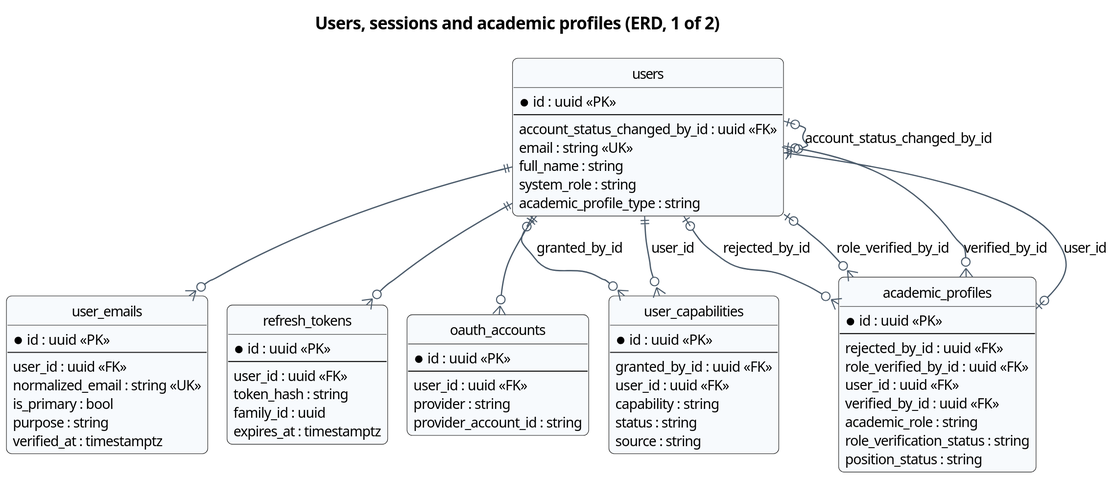
The PlantUML diagram docs/diagrams/report4/R4_ERD_identity_a.svg in Khoa-Hoa-Technology-Solution-Company/lumi-gap, before a commit.
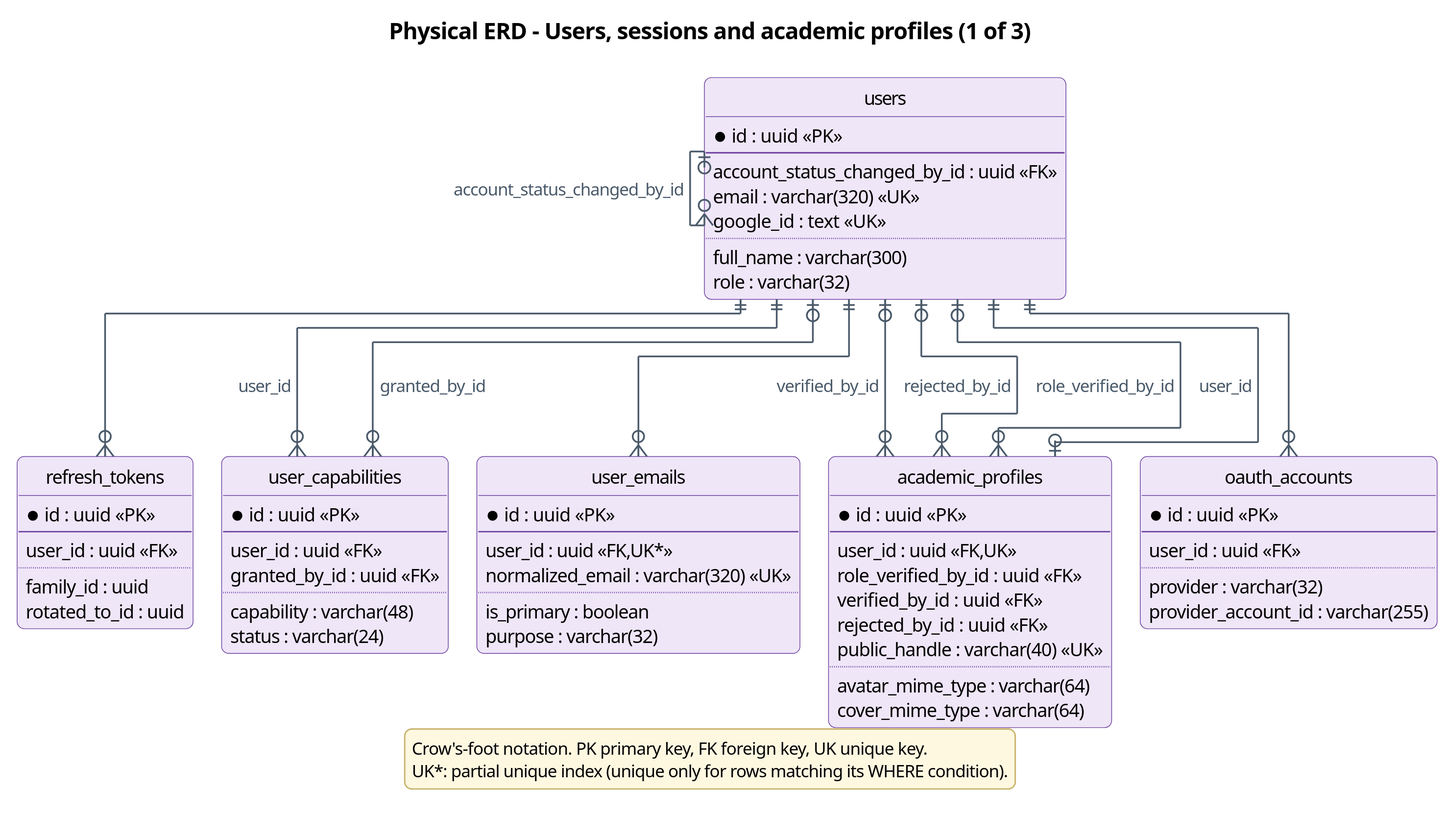
After the commit.

What changed in the source:
```diff
@@ -1,88 +1,98 @@
 @startuml
-!pragma layout smetana
-skinparam dpi 150
+!pragma layout elk
+skinparam dpi 200
 skinparam defaultFontName "Segoe UI"
 skinparam defaultFontSize 13
 skinparam shadowing false
 skinparam roundCorner 10
+skinparam backgroundColor #FFFFFF
 skinparam ArrowColor #4A5A6A
 skinparam ArrowThickness 1.2
-skinparam BorderColor #2F6DB5
-skinparam BackgroundColor #FFFFFF
+skinparam ArrowFontSize 12
+skinparam ArrowFontColor #4A5A6A
 skinparam TitleFontSize 16
 skinparam TitleFontStyle bold
 skinparam entity {
-  BackgroundColor #F7FAFD
-  BorderColor #2F6DB5
+  BackgroundColor #EFE6F8
+  BorderColor #6A3FA0
 }
-skinparam entity<<ref>> {
-  BackgroundColor #F3E5F5
-  BorderColor #7B1FA2
+skinparam legend {
+  BackgroundColor #FFF8E1
+  BorderColor #C9B36B
+  FontSize 12
 }
-skinparam linetype ortho
+skinparam stereotypeFontSize 10
 hide circle
-title Users, sessions and academic profiles (ERD, 1 of 2)
-entity users #F7FAFD {
+hide empty methods
+title Physical ERD - Users, sessions and academic profiles (1 of 3)
+entity users #EFE6F8;line:6A3FA0 {
   * id : uuid <<PK>>
   --
   account_status_changed_by_id : uuid <<FK>>
-  email : string <<UK>>
-  full_name : string
-  system_role : string
-  academic_profile_type : string
+  email : varchar(320) <<UK>>
+  google_id : text <<UK>>
+  ..
+  full_name : varchar(300)
+  role : varchar(32)
 }
-entity user_emails #F7FAFD {
+entity user_emails #EFE6F8;line:6A3FA0 {
+  * id : uuid <<PK>>
+  --
+  user_id : uuid <<FK,UK*>>
+  normalized_email : varchar(320) <<UK>>
+  ..
+  is_primary : boolean
+  purpose : varchar(32)
+}
+entity refresh_tokens #EFE6F8;line:6A3FA0 {
   * id : uuid <<PK>>
   --
   user_id : uuid <<FK>>
-  normalized_email : string <<UK>>
-  is_primary : bool
-  purpose : string
-  verified_at : timestamptz
+  ..
+  family_id : uuid
+  rotated_to_id : uuid
 }
-entity refresh_tokens #F7FAFD {
+entity oauth_accounts #EFE6F8;line:6A3FA0 {
   * id : uuid <<PK>>
   --
   user_id : uuid <<FK>>
-  token_hash : string
-  family_id : uuid
-  expires_at : timestamptz
+  ..
+  provider : varchar(32)
+  provider_account_id : varchar(255)
 }
-entity oauth_accounts #F7FAFD {
+entity user_capabilities #EFE6F8;line:6A3FA0 {
   * id : uuid <<PK>>
   --
   user_id : uuid <<FK>>
-  provider : string
-  provider_account_id : string
+  granted_by_id : uuid <<FK>>
+  ..
+  capability : varchar(48)
+  status : varchar(24)
 }
-entity user_capabilities #F7FAFD {
+entity academic_profiles #EFE6F8;line:6A3FA0 {
   * id : uuid <<PK>>
   --
-  granted_by_id : uuid <<FK>>
-  user_id : uuid <<FK>>
-  capability : string
-  status : string
-  source : string
-}
-entity academic_profiles #F7FAFD {
-  * id : uuid <<PK>>
-  --
+  user_id : uuid <<FK,UK>>
+  role_verified_by_id : uuid <<FK>>
+  verified_by_id : uuid <<FK>>
   rejected_by_id : uuid <<FK>>
-  role_verified_by_id : uuid <<FK>>
-  user_id : uuid <<FK>>
-  verified_by_id : uuid <<FK>>
-  academic_role : string
-  role_verification_status : string
-  position_status : string
+  public_handle : varchar(40) <<UK>>
+  ..
+  avatar_mime_type : varchar(64)
+  cover_mime_type : varchar(64)
 }
 users |o--o{ academic_profiles : rejected_by_id
 users |o--o{ academic_profiles : role_verified_by_id
+users ||--o| academic_profiles : user_id
 users |o--o{ academic_profiles : verified_by_id
-users |o--o{ user_capabilities : granted_by_id
-users |o--o{ users : account_status_changed_by_id
 users ||--o{ oauth_accounts
 users ||--o{ refresh_tokens
+users |o--o{ user_capabilities : granted_by_id
 users ||--o{ user_capabilities : user_id
 users ||--o{ user_emails
-users ||--o| academic_profiles : user_id
+users |o--o{ users : account_status_changed_by_id
+legend bottom
+Crow's-foot notation. PK primary key, FK foreign key, UK unique key.
+UK*: partial unique index (unique only for rows matching its WHERE condition).
+endlegend
 @enduml
```
